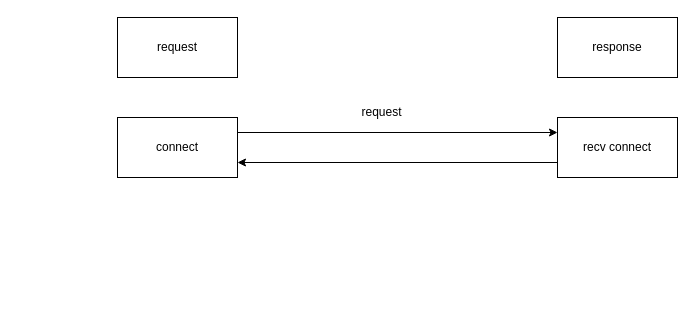
Jev0987/drawioFile keeps this draw.io diagram as page "新标定流程" (3 of 3) of 重构相机标定工具.drawio. Above is the earlier version. Source tidied: cells renumbered, new cells numbered last; positions are measured from the earlier drawing's top-left corner, leaving out a move shared by most shapes. Both pictures are drawn from the tidied source at 100%, with x=0, y=0 at pixel (117, 17).
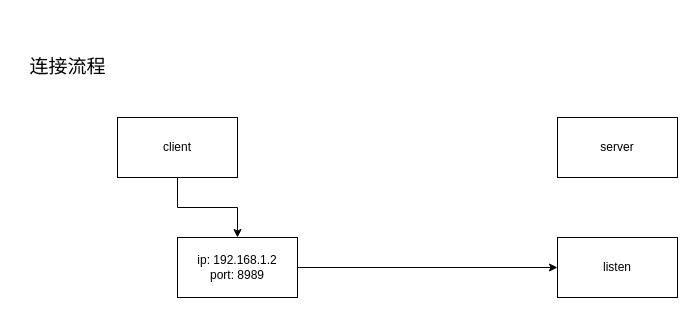
After the change.

Commit message (it also covers changes not shown here):
更新重构相机标定工具.drawio

Diff of the diagram source:
```diff
@@
 <mxGraphModel>
   <root>
     <mxCell id="0" />
     <mxCell id="1" parent="0" />
-    <mxCell id="2" value="response" style="whiteSpace=wrap;html=1;" parent="1" vertex="1">
-      <mxGeometry x="440" width="120" height="60" as="geometry" />
-    </mxCell>
-    <mxCell id="3" value="request" style="whiteSpace=wrap;html=1;" parent="1" vertex="1">
-      <mxGeometry width="120" height="60" as="geometry" />
-    </mxCell>
-    <mxCell id="4" style="edgeStyle=orthogonalEdgeStyle;rounded=0;jettySize=auto;html=1;exitX=1;exitY=0.25;exitDx=0;exitDy=0;entryX=0;entryY=0.25;entryDx=0;entryDy=0;" parent="1" edge="1" source="5" target="7">
-      <mxGeometry relative="1" as="geometry" />
-    </mxCell>
+    <mxCell id="9" style="edgeStyle=orthogonalEdgeStyle;rounded=0;jettySize=auto;html=1;" parent="1" edge="1" source="5" target="11">
+      <mxGeometry relative="1" as="geometry" />
+    </mxCell>
-    <mxCell id="5" value="connect" style="whiteSpace=wrap;html=1;" parent="1" vertex="1">
+    <mxCell id="5" value="client" style="whiteSpace=wrap;html=1;" parent="1" vertex="1">
       <mxGeometry y="100" width="120" height="60" as="geometry" />
     </mxCell>
-    <mxCell id="6" style="edgeStyle=orthogonalEdgeStyle;rounded=0;jettySize=auto;html=1;exitX=0;exitY=0.75;exitDx=0;exitDy=0;entryX=1;entryY=0.75;entryDx=0;entryDy=0;" parent="1" edge="1" source="7" target="5">
-      <mxGeometry relative="1" as="geometry" />
-    </mxCell>
-    <mxCell id="7" value="recv connect" style="whiteSpace=wrap;html=1;" parent="1" vertex="1">
+    <mxCell id="7" value="server" style="whiteSpace=wrap;html=1;" parent="1" vertex="1">
       <mxGeometry x="440" y="100" width="120" height="60" as="geometry" />
     </mxCell>
-    <mxCell id="8" value="request" style="text;html=1;align=center;verticalAlign=middle;strokeColor=none;fillColor=none;" parent="1" vertex="1">
-      <mxGeometry x="234" y="80" width="60" height="30" as="geometry" />
-    </mxCell>
+    <mxCell id="10" style="edgeStyle=orthogonalEdgeStyle;rounded=0;jettySize=auto;html=1;exitX=1;exitY=0.5;exitDx=0;exitDy=0;entryX=0;entryY=0.5;entryDx=0;entryDy=0;" parent="1" edge="1" source="11" target="13">
+      <mxGeometry relative="1" as="geometry" />
+    </mxCell>
+    <mxCell id="11" value="ip: 192.168.1.2&lt;div&gt;port: 8989&lt;/div&gt;" style="whiteSpace=wrap;html=1;" parent="1" vertex="1">
+      <mxGeometry x="60" y="220" width="120" height="60" as="geometry" />
+    </mxCell>
+    <mxCell id="12" value="连接流程" style="text;html=1;align=center;verticalAlign=middle;strokeColor=none;fillColor=none;fontSize=19;" parent="1" vertex="1">
+      <mxGeometry x="-100" y="30" width="100" height="40" as="geometry" />
+    </mxCell>
+    <mxCell id="13" value="listen" style="whiteSpace=wrap;html=1;" parent="1" vertex="1">
+      <mxGeometry x="440" y="220" width="120" height="60" as="geometry" />
+    </mxCell>
   </root>
 </mxGraphModel>
```
